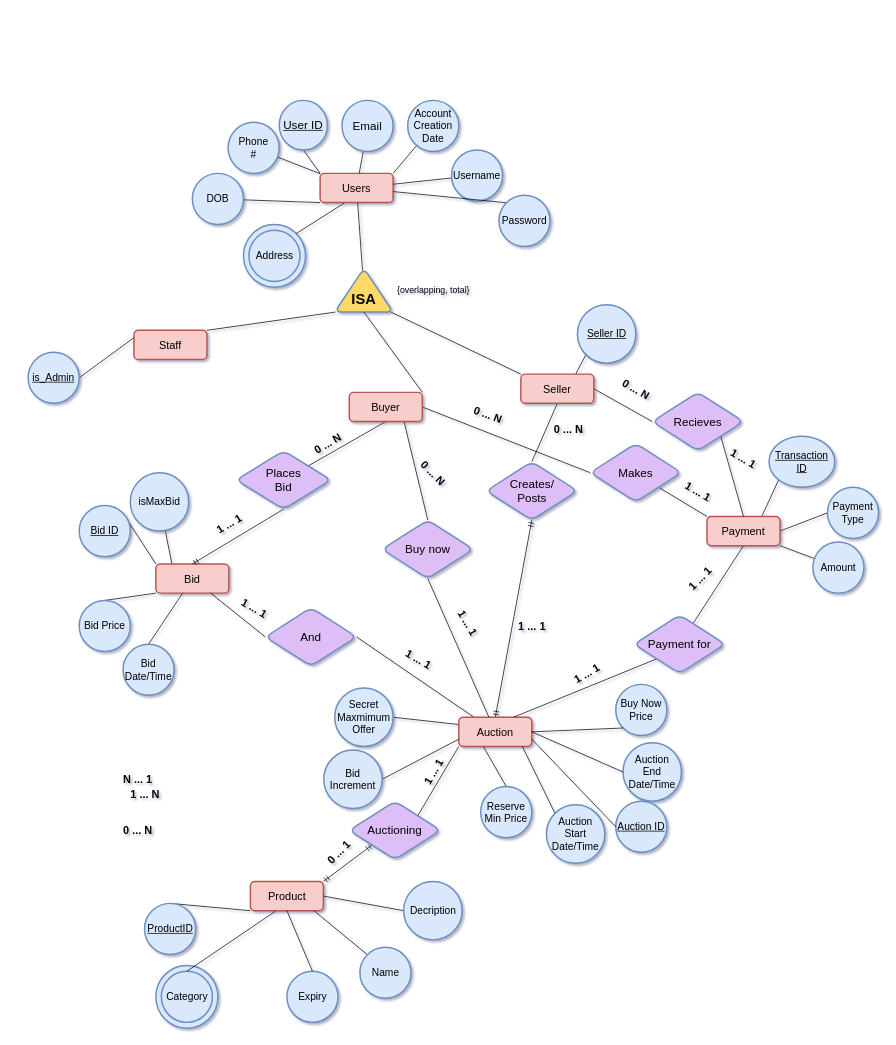
The draw.io diagram page "Ebay" (1 of 3) of ERdiagram.drawio in EthanDamien/DataManagementProject, before the edit. Source tidied: cells renumbered, new cells numbered last; positions are measured from the earlier drawing's top-left corner, leaving out a move shared by most shapes. Both pictures are drawn from the tidied source at 73%, with x=0, y=0 at pixel (28, 100).
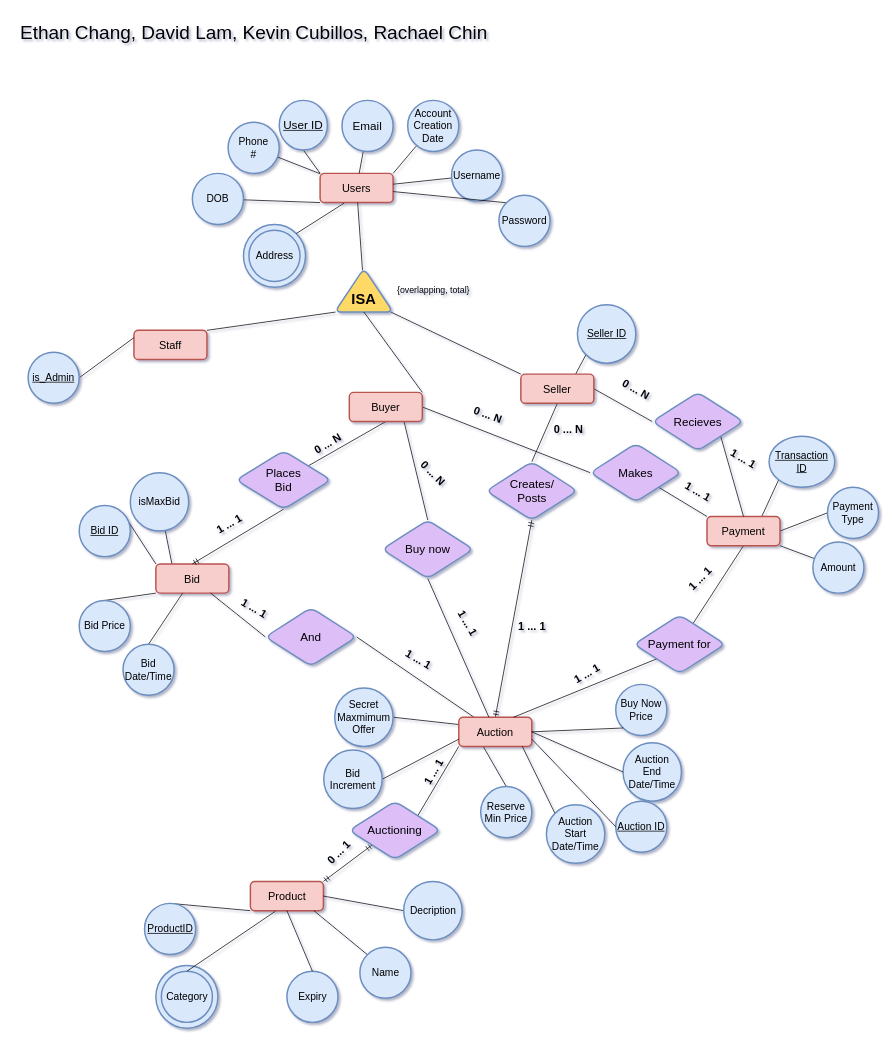
Above is the later version.

Change to the diagram source:
```diff
@@
-    <mxCell id="103" value="&lt;b&gt;&lt;font style=&quot;font-size: 15px&quot;&gt;N ... 1&lt;/font&gt;&lt;/b&gt;" style="text;html=1;align=center;verticalAlign=middle;" parent="1" vertex="1">
-      <mxGeometry x="120" y="920" width="60" height="20" as="geometry" />
-    </mxCell>
-    <mxCell id="104" value="&lt;b&gt;&lt;font style=&quot;font-size: 15px&quot;&gt;1 ... N&lt;/font&gt;&lt;/b&gt;" style="text;html=1;align=center;verticalAlign=middle;" parent="1" vertex="1">
-      <mxGeometry x="130" y="940" width="60" height="20" as="geometry" />
-    </mxCell>
@@
-    <mxCell id="107" value="&lt;b style=&quot;font-size: 15px&quot;&gt;0 ... N&lt;/b&gt;" style="text;html=1;align=center;verticalAlign=middle;" parent="1" vertex="1">
-      <mxGeometry x="120" y="990" width="60" height="20" as="geometry" />
-    </mxCell>
@@
+    <mxCell id="123" value="&lt;font style=&quot;font-size: 26px&quot;&gt;Ethan Chang, David Lam, Kevin Cubillos, Rachael Chin&lt;/font&gt;" style="text;html=1;align=center;verticalAlign=middle;fillColor=none;strokeColor=none;rounded=0;fontSize=34;" parent="1" vertex="1">
+      <mxGeometry x="-21" y="-120" width="660" height="50" as="geometry" />
+    </mxCell>
```
